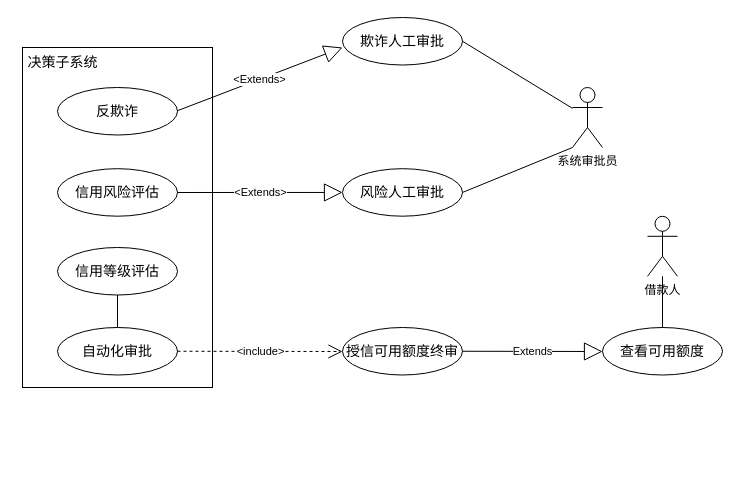
wuxiao-web/graduationThesis keeps this draw.io diagram as 授信审批用例图.drawio. Above is the earlier version. Source tidied: cells renumbered, new cells numbered last; positions are measured from the earlier drawing's top-left corner, leaving out a move shared by most shapes. Both pictures are drawn from the tidied source at 100%, with x=0, y=0 at pixel (17, 17).
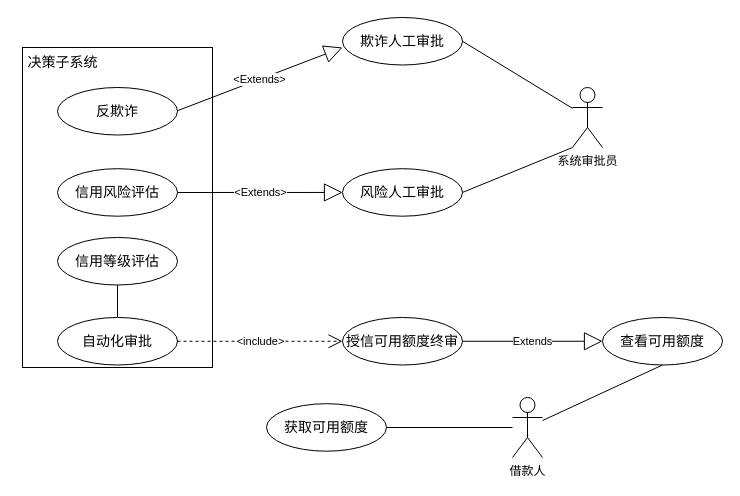
Above is the later version.

Commit message:
更新授信审批用例图.drawio

Diff of the diagram source:
```diff
@@
     <mxCell id="2" style="html=1;whiteSpace=wrap;" parent="1" vertex="1">
-      <mxGeometry x="5" y="30" width="190" height="340" as="geometry" />
+      <mxGeometry x="5" y="30" width="190" height="320" as="geometry" />
     </mxCell>
@@
     <mxCell id="7" value="&lt;span style=&quot;font-size: 14px;&quot;&gt;信用等级评估&lt;/span&gt;" style="ellipse;whiteSpace=wrap;html=1;" parent="1" vertex="1">
-      <mxGeometry x="40" y="230" width="120" height="47.5" as="geometry" />
+      <mxGeometry x="40" y="220" width="120" height="47.5" as="geometry" />
     </mxCell>
     <mxCell id="8" value="&lt;span style=&quot;font-size: 14px;&quot;&gt;自动化审批&lt;/span&gt;" style="ellipse;whiteSpace=wrap;html=1;" parent="1" vertex="1">
-      <mxGeometry x="40" y="310" width="120" height="47.5" as="geometry" />
+      <mxGeometry x="40" y="300" width="120" height="47.5" as="geometry" />
     </mxCell>
@@
-    <mxCell id="16" value="&amp;lt;include&amp;gt;" style="endArrow=open;endSize=12;dashed=1;html=1;rounded=0;exitX=1;exitY=0.5;exitDx=0;exitDy=0;" parent="1" edge="1" source="8">
-      <mxGeometry relative="1" as="geometry">
-        <mxPoint x="325" y="334" as="targetPoint" />
-      </mxGeometry>
+    <mxCell id="16" value="&amp;lt;include&amp;gt;" style="endArrow=open;endSize=12;dashed=1;html=1;rounded=0;exitX=1;exitY=0.5;exitDx=0;exitDy=0;entryX=0;entryY=0.5;entryDx=0;entryDy=0;" parent="1" edge="1" source="8" target="17">
+      <mxGeometry relative="1" as="geometry" />
     </mxCell>
     <mxCell id="17" value="&lt;span style=&quot;font-size: 14px;&quot;&gt;授信可用额度终审&lt;/span&gt;" style="ellipse;whiteSpace=wrap;html=1;" parent="1" vertex="1">
-      <mxGeometry x="325" y="310" width="120" height="47.5" as="geometry" />
+      <mxGeometry x="325" y="300" width="120" height="47.5" as="geometry" />
     </mxCell>
-    <mxCell id="18" value="Extends" style="endArrow=block;endSize=16;endFill=0;html=1;rounded=0;exitX=1;exitY=0.5;exitDx=0;exitDy=0;" parent="1" edge="1" source="17">
-      <mxGeometry relative="1" as="geometry">
-        <mxPoint x="585" y="334" as="targetPoint" />
-      </mxGeometry>
+    <mxCell id="18" value="Extends" style="endArrow=block;endSize=16;endFill=0;html=1;rounded=0;exitX=1;exitY=0.5;exitDx=0;exitDy=0;entryX=0;entryY=0.5;entryDx=0;entryDy=0;" parent="1" edge="1" source="17" target="19">
+      <mxGeometry relative="1" as="geometry" />
     </mxCell>
     <mxCell id="19" value="&lt;span style=&quot;font-size: 14px;&quot;&gt;查看可用额度&lt;/span&gt;" style="ellipse;whiteSpace=wrap;html=1;" parent="1" vertex="1">
-      <mxGeometry x="585" y="310" width="120" height="47.5" as="geometry" />
+      <mxGeometry x="585" y="300" width="120" height="47.5" as="geometry" />
     </mxCell>
-    <mxCell id="20" style="edgeStyle=orthogonalEdgeStyle;rounded=0;jettySize=auto;html=1;endArrow=none;endFill=0;" parent="1" edge="1" source="21" target="19">
+    <mxCell id="20" style="rounded=0;jettySize=auto;html=1;entryX=0.5;entryY=1;entryDx=0;entryDy=0;endArrow=none;endFill=0;" parent="1" edge="1" source="21" target="19">
       <mxGeometry relative="1" as="geometry" />
     </mxCell>
+    <mxCell id="22" style="edgeStyle=orthogonalEdgeStyle;rounded=0;jettySize=auto;html=1;endArrow=none;endFill=0;" parent="1" edge="1" source="21">
+      <mxGeometry relative="1" as="geometry">
+        <mxPoint x="365" y="410" as="targetPoint" />
+      </mxGeometry>
+    </mxCell>
     <mxCell id="21" value="借款人" style="shape=umlActor;verticalLabelPosition=bottom;verticalAlign=top;html=1;" parent="1" vertex="1">
-      <mxGeometry x="630" y="198.8" width="30" height="60" as="geometry" />
+      <mxGeometry x="495" y="380" width="30" height="60" as="geometry" />
     </mxCell>
+    <mxCell id="23" value="&lt;span style=&quot;font-size: 14px;&quot;&gt;获取可用额度&lt;/span&gt;" style="ellipse;whiteSpace=wrap;html=1;" parent="1" vertex="1">
+      <mxGeometry x="249" y="386.2" width="120" height="47.5" as="geometry" />
+    </mxCell>
```
